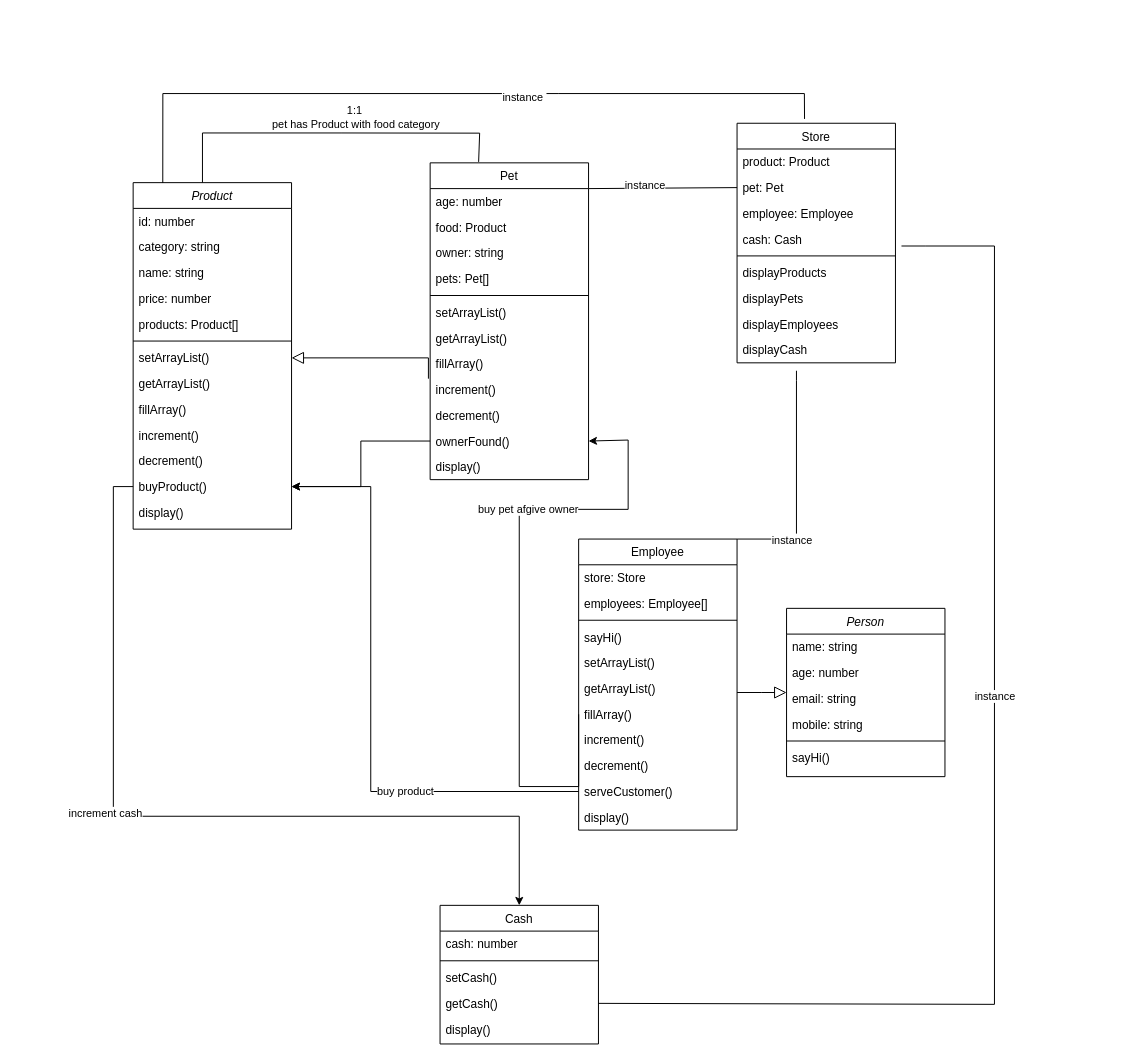
This is diagram/diagram.drawio from altynali/pet-store, a draw.io file, before an edit. Source tidied: cells renumbered, new cells numbered last; positions are measured from the earlier drawing's top-left corner, leaving out a move shared by most shapes. Both pictures are drawn from the tidied source at 99%, with x=0, y=0 at pixel (113, 93).
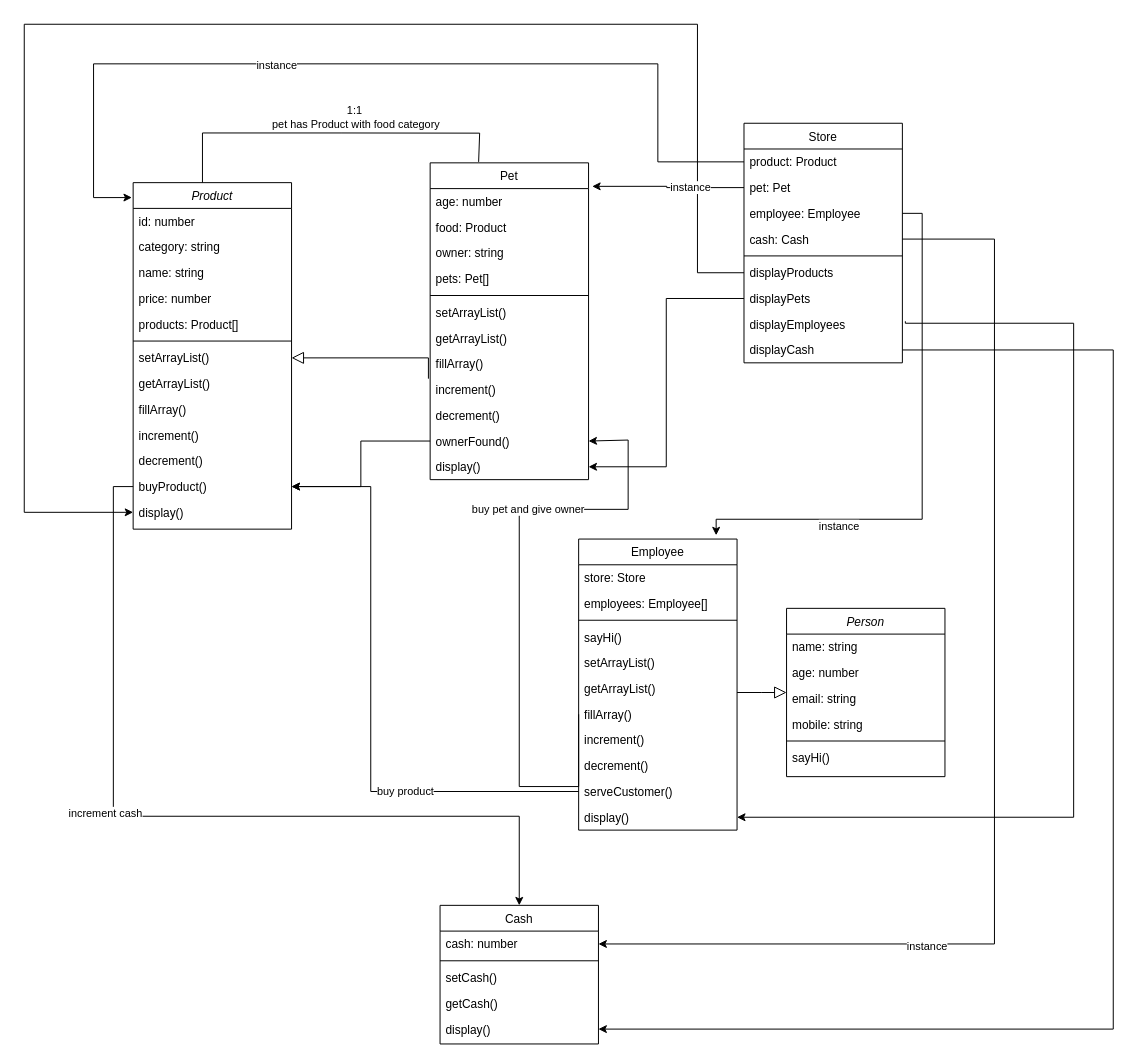
The same diagram, later.

The change refers to these unchanged cells:
```xml
<mxCell id="9" value="Employee" style="swimlane;fontStyle=0;align=center;verticalAlign=top;horizontal=1;startSize=26;rounded=0;shadow=0;strokeWidth=1;" parent="1" vertex="1">
  <mxGeometry x="470" y="450" width="160" height="294" as="geometry" />
</mxCell>
<mxCell id="20" value="display()" style="text;align=left;verticalAlign=top;spacingLeft=4;spacingRight=4;overflow=hidden;points=[[0,0.5],[1,0.5]];portConstraint=eastwest;" parent="9" vertex="1">
  <mxGeometry y="268" width="160" height="26" as="geometry" />
</mxCell>
<mxCell id="23" value="cash: number" style="text;align=left;verticalAlign=top;spacingLeft=4;spacingRight=4;overflow=hidden;points=[[0,0.5],[1,0.5]];portConstraint=eastwest;" parent="22" vertex="1">
  <mxGeometry y="26" width="160" height="26" as="geometry" />
</mxCell>
<mxCell id="26" value="getCash()&#10;" style="text;align=left;verticalAlign=top;spacingLeft=4;spacingRight=4;overflow=hidden;points=[[0,0.5],[1,0.5]];portConstraint=eastwest;" parent="22" vertex="1">
  <mxGeometry y="86" width="160" height="26" as="geometry" />
</mxCell>
<mxCell id="27" value="display()" style="text;align=left;verticalAlign=top;spacingLeft=4;spacingRight=4;overflow=hidden;points=[[0,0.5],[1,0.5]];portConstraint=eastwest;" parent="22" vertex="1">
  <mxGeometry y="112" width="160" height="26" as="geometry" />
</mxCell>
<mxCell id="29" value="product: Product" style="text;align=left;verticalAlign=top;spacingLeft=4;spacingRight=4;overflow=hidden;points=[[0,0.5],[1,0.5]];portConstraint=eastwest;" parent="28" vertex="1">
  <mxGeometry y="26" width="160" height="26" as="geometry" />
</mxCell>
<mxCell id="30" value="pet: Pet" style="text;align=left;verticalAlign=top;spacingLeft=4;spacingRight=4;overflow=hidden;points=[[0,0.5],[1,0.5]];portConstraint=eastwest;" parent="28" vertex="1">
  <mxGeometry y="52" width="160" height="26" as="geometry" />
</mxCell>
<mxCell id="31" value="employee: Employee" style="text;align=left;verticalAlign=top;spacingLeft=4;spacingRight=4;overflow=hidden;points=[[0,0.5],[1,0.5]];portConstraint=eastwest;" parent="28" vertex="1">
  <mxGeometry y="78" width="160" height="26" as="geometry" />
</mxCell>
<mxCell id="32" value="cash: Cash" style="text;align=left;verticalAlign=top;spacingLeft=4;spacingRight=4;overflow=hidden;points=[[0,0.5],[1,0.5]];portConstraint=eastwest;" parent="28" vertex="1">
  <mxGeometry y="104" width="160" height="26" as="geometry" />
</mxCell>
<mxCell id="34" value="displayProducts&#10;" style="text;align=left;verticalAlign=top;spacingLeft=4;spacingRight=4;overflow=hidden;points=[[0,0.5],[1,0.5]];portConstraint=eastwest;" parent="28" vertex="1">
  <mxGeometry y="138" width="160" height="26" as="geometry" />
</mxCell>
<mxCell id="35" value="displayPets" style="text;align=left;verticalAlign=top;spacingLeft=4;spacingRight=4;overflow=hidden;points=[[0,0.5],[1,0.5]];portConstraint=eastwest;" parent="28" vertex="1">
  <mxGeometry y="164" width="160" height="26" as="geometry" />
</mxCell>
<mxCell id="37" value="displayCash" style="text;align=left;verticalAlign=top;spacingLeft=4;spacingRight=4;overflow=hidden;points=[[0,0.5],[1,0.5]];portConstraint=eastwest;" parent="28" vertex="1">
  <mxGeometry y="216" width="160" height="26" as="geometry" />
</mxCell>
<mxCell id="38" value="Product" style="swimlane;fontStyle=2;align=center;verticalAlign=top;horizontal=1;startSize=26;rounded=0;shadow=0;strokeWidth=1;" parent="1" vertex="1">
  <mxGeometry x="20" y="90" width="160" height="350" as="geometry" />
</mxCell>
<mxCell id="51" value="display()" style="text;align=left;verticalAlign=top;spacingLeft=4;spacingRight=4;overflow=hidden;points=[[0,0.5],[1,0.5]];portConstraint=eastwest;" parent="38" vertex="1">
  <mxGeometry y="320" width="160" height="26" as="geometry" />
</mxCell>
<mxCell id="53" value="age: number" style="text;align=left;verticalAlign=top;spacingLeft=4;spacingRight=4;overflow=hidden;points=[[0,0.5],[1,0.5]];portConstraint=eastwest;rounded=0;shadow=0;html=0;" parent="52" vertex="1">
  <mxGeometry y="26" width="160" height="26" as="geometry" />
</mxCell>
<mxCell id="64" value="display()" style="text;align=left;verticalAlign=top;spacingLeft=4;spacingRight=4;overflow=hidden;points=[[0,0.5],[1,0.5]];portConstraint=eastwest;" parent="52" vertex="1">
  <mxGeometry y="294" width="160" height="26" as="geometry" />
</mxCell>
<mxCell id="78" style="edgeStyle=orthogonalEdgeStyle;rounded=0;jettySize=auto;html=1;exitX=0;exitY=0.5;exitDx=0;exitDy=0;entryX=1;entryY=0.5;entryDx=0;entryDy=0;" parent="1" edge="1" source="16" target="63">
  <mxGeometry relative="1" as="geometry">
    <Array as="points">
      <mxPoint x="470" y="700" />
      <mxPoint x="410" y="700" />
      <mxPoint x="410" y="420" />
      <mxPoint x="520" y="420" />
      <mxPoint x="520" y="350" />
      <mxPoint x="480" y="350" />
    </Array>
  </mxGeometry>
</mxCell>
```

The edit, as a diff of the source:
```diff
@@
     <mxCell id="28" value="Store&#10;" style="swimlane;fontStyle=0;align=center;verticalAlign=top;horizontal=1;startSize=26;rounded=0;shadow=0;strokeWidth=1;" parent="1" vertex="1">
-      <mxGeometry x="630" y="30" width="160" height="242" as="geometry" />
+      <mxGeometry x="637" y="30" width="160" height="242" as="geometry" />
     </mxCell>
@@
-    <mxCell id="65" style="endArrow=none;html=1;rounded=0;entryX=1.038;entryY=0.769;entryDx=0;entryDy=0;entryPerimeter=0;exitX=1;exitY=0.5;exitDx=0;exitDy=0;" parent="1" edge="1" source="26" target="32">
-      <mxGeometry relative="1" as="geometry">
-        <Array as="points">
-          <mxPoint x="890" y="920" />
-          <mxPoint x="890" y="154" />
-          <mxPoint x="820" y="154" />
-        </Array>
-      </mxGeometry>
-    </mxCell>
-    <mxCell id="66" value="instance&amp;nbsp;" style="edgeLabel;html=1;align=center;verticalAlign=middle;" parent="65" vertex="1">
-      <mxGeometry x="0.13" y="-1" relative="1" as="geometry" />
-    </mxCell>
-    <mxCell id="67" style="endArrow=none;html=1;rounded=0;exitX=1;exitY=0;exitDx=0;exitDy=0;" parent="1" edge="1" source="9">
-      <mxGeometry relative="1" as="geometry">
-        <mxPoint x="690" y="280" as="targetPoint" />
-        <Array as="points">
-          <mxPoint x="690" y="450" />
-          <mxPoint x="690" y="290" />
-        </Array>
-      </mxGeometry>
-    </mxCell>
-    <mxCell id="68" value="instance&amp;nbsp;" style="edgeLabel;html=1;align=center;verticalAlign=middle;" parent="67" vertex="1">
-      <mxGeometry x="-0.48" y="4" relative="1" as="geometry" />
-    </mxCell>
@@
-    <mxCell id="71" style="endArrow=none;html=1;rounded=0;entryX=0;entryY=0.5;entryDx=0;entryDy=0;exitX=1;exitY=0;exitDx=0;exitDy=0;exitPerimeter=0;" parent="1" edge="1" source="53" target="30">
-      <mxGeometry relative="1" as="geometry" />
-    </mxCell>
-    <mxCell id="72" value="instance" style="edgeLabel;html=1;align=center;verticalAlign=middle;" parent="71" vertex="1">
-      <mxGeometry x="-0.24" y="3" relative="1" as="geometry" />
-    </mxCell>
-    <mxCell id="73" style="endArrow=none;html=1;rounded=0;exitX=0.187;exitY=0.001;exitDx=0;exitDy=0;exitPerimeter=0;entryX=0.426;entryY=-0.018;entryDx=0;entryDy=0;entryPerimeter=0;" parent="1" edge="1" source="38" target="28">
-      <mxGeometry relative="1" as="geometry">
-        <Array as="points">
-          <mxPoint x="50" />
-          <mxPoint x="450" />
-          <mxPoint x="698" />
-        </Array>
-      </mxGeometry>
-    </mxCell>
-    <mxCell id="74" value="instance&amp;nbsp;" style="edgeLabel;html=1;align=center;verticalAlign=middle;" parent="73" vertex="1">
-      <mxGeometry x="0.19" y="-3" relative="1" as="geometry" />
-    </mxCell>
@@
-    <mxCell id="79" value="buy pet afgive owner" style="edgeLabel;html=1;align=center;verticalAlign=middle;" parent="78" vertex="1">
+    <mxCell id="79" value="buy pet and give owner" style="edgeLabel;html=1;align=center;verticalAlign=middle;" parent="78" vertex="1">
       <mxGeometry x="0.33" y="1" relative="1" as="geometry" />
     </mxCell>
@@
+    <mxCell id="83" style="edgeStyle=orthogonalEdgeStyle;rounded=0;jettySize=auto;html=1;exitX=0;exitY=0.5;exitDx=0;exitDy=0;" parent="1" edge="1" source="34" target="51">
+      <mxGeometry relative="1" as="geometry">
+        <Array as="points">
+          <mxPoint x="590" y="181" />
+          <mxPoint x="590" y="-70" />
+          <mxPoint x="-90" y="-70" />
+          <mxPoint x="-90" y="423" />
+        </Array>
+      </mxGeometry>
+    </mxCell>
+    <mxCell id="84" style="edgeStyle=orthogonalEdgeStyle;rounded=0;jettySize=auto;html=1;exitX=0;exitY=0.5;exitDx=0;exitDy=0;" parent="1" edge="1" source="35" target="64">
+      <mxGeometry relative="1" as="geometry" />
+    </mxCell>
+    <mxCell id="85" style="edgeStyle=orthogonalEdgeStyle;rounded=0;jettySize=auto;html=1;entryX=1;entryY=0.5;entryDx=0;entryDy=0;" parent="1" edge="1" target="20">
+      <mxGeometry relative="1" as="geometry">
+        <mxPoint x="800" y="230" as="sourcePoint" />
+        <Array as="points">
+          <mxPoint x="800" y="232" />
+          <mxPoint x="970" y="232" />
+          <mxPoint x="970" y="731" />
+        </Array>
+      </mxGeometry>
+    </mxCell>
+    <mxCell id="86" style="edgeStyle=orthogonalEdgeStyle;rounded=0;jettySize=auto;html=1;exitX=1;exitY=0.5;exitDx=0;exitDy=0;" parent="1" edge="1" source="37" target="27">
+      <mxGeometry relative="1" as="geometry">
+        <Array as="points">
+          <mxPoint x="1010" y="259" />
+          <mxPoint x="1010" y="945" />
+        </Array>
+      </mxGeometry>
+    </mxCell>
+    <mxCell id="87" style="edgeStyle=orthogonalEdgeStyle;rounded=0;jettySize=auto;html=1;exitX=1;exitY=0.5;exitDx=0;exitDy=0;entryX=0.868;entryY=-0.013;entryDx=0;entryDy=0;entryPerimeter=0;" parent="1" edge="1" source="31" target="9">
+      <mxGeometry relative="1" as="geometry">
+        <Array as="points">
+          <mxPoint x="817" y="121" />
+          <mxPoint x="817" y="430" />
+          <mxPoint x="609" y="430" />
+        </Array>
+      </mxGeometry>
+    </mxCell>
+    <mxCell id="88" value="instance" style="edgeLabel;html=1;align=center;verticalAlign=middle;" parent="87" vertex="1">
+      <mxGeometry x="0.5" y="6" relative="1" as="geometry">
+        <mxPoint x="1" as="offset" />
+      </mxGeometry>
+    </mxCell>
+    <mxCell id="89" style="edgeStyle=orthogonalEdgeStyle;rounded=0;jettySize=auto;html=1;exitX=1;exitY=0.5;exitDx=0;exitDy=0;entryX=1;entryY=0.5;entryDx=0;entryDy=0;" parent="1" edge="1" source="32" target="23">
+      <mxGeometry relative="1" as="geometry">
+        <Array as="points">
+          <mxPoint x="890" y="147" />
+          <mxPoint x="890" y="859" />
+        </Array>
+      </mxGeometry>
+    </mxCell>
+    <mxCell id="90" value="instance" style="edgeLabel;html=1;align=center;verticalAlign=middle;" parent="89" vertex="1">
+      <mxGeometry x="0.45" y="2" relative="1" as="geometry" />
+    </mxCell>
+    <mxCell id="91" style="edgeStyle=orthogonalEdgeStyle;rounded=0;jettySize=auto;html=1;exitX=0;exitY=0.5;exitDx=0;exitDy=0;entryX=1.023;entryY=-0.087;entryDx=0;entryDy=0;entryPerimeter=0;" parent="1" edge="1" source="30" target="53">
+      <mxGeometry relative="1" as="geometry">
+        <Array as="points">
+          <mxPoint x="559" y="94" />
+        </Array>
+      </mxGeometry>
+    </mxCell>
+    <mxCell id="92" value="instance" style="edgeLabel;html=1;align=center;verticalAlign=middle;" parent="91" vertex="1">
+      <mxGeometry x="-0.29" y="-1" relative="1" as="geometry" />
+    </mxCell>
+    <mxCell id="93" style="edgeStyle=orthogonalEdgeStyle;rounded=0;jettySize=auto;html=1;exitX=0;exitY=0.5;exitDx=0;exitDy=0;entryX=-0.008;entryY=0.043;entryDx=0;entryDy=0;entryPerimeter=0;" parent="1" edge="1" source="29" target="38">
+      <mxGeometry relative="1" as="geometry">
+        <Array as="points">
+          <mxPoint x="550" y="69" />
+          <mxPoint x="550" y="-30" />
+          <mxPoint x="-20" y="-30" />
+          <mxPoint x="-20" y="105" />
+        </Array>
+      </mxGeometry>
+    </mxCell>
+    <mxCell id="94" value="instance" style="edgeLabel;html=1;align=center;verticalAlign=middle;" parent="93" vertex="1">
+      <mxGeometry x="0.23" y="1" relative="1" as="geometry" />
+    </mxCell>
```
